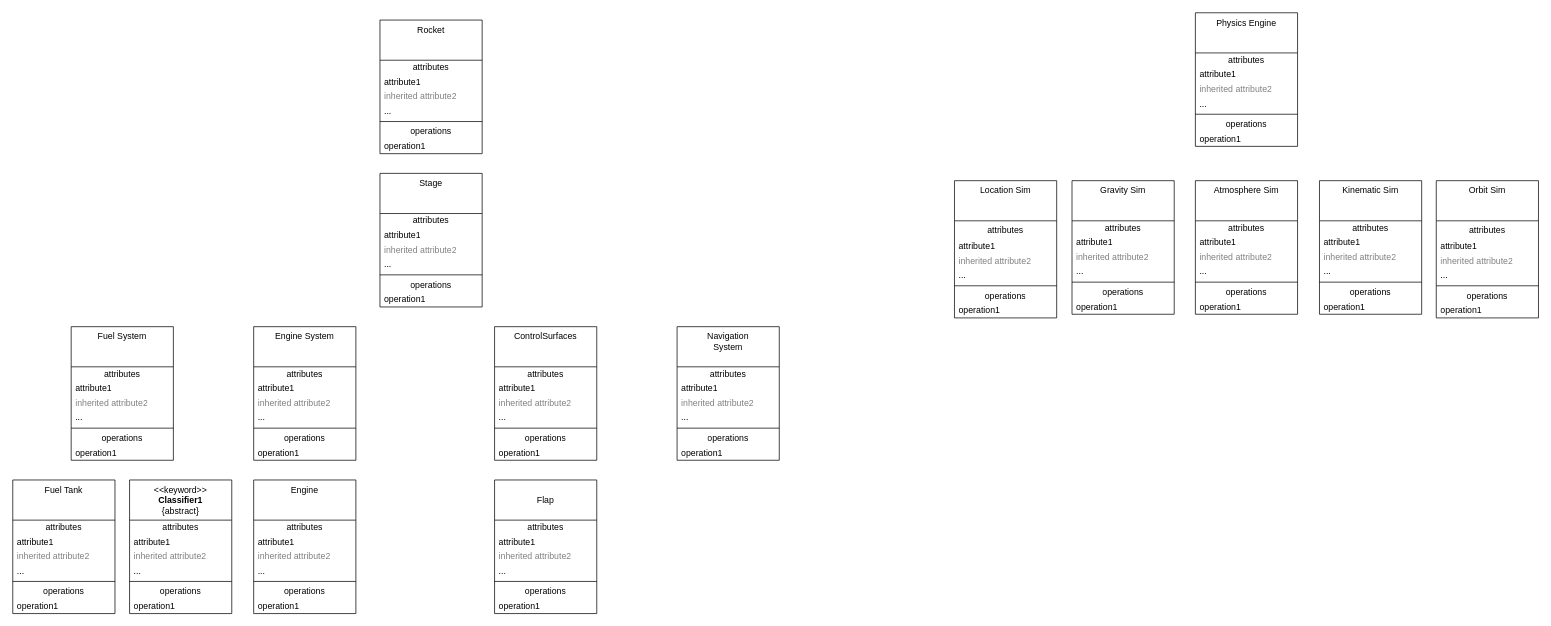
The draw.io diagram RocketSimulation.drawio in cnwall99/rocket-simulation, before the edit. Source tidied: cells renumbered, new cells numbered last; positions are measured from the earlier drawing's top-left corner, leaving out a move shared by most shapes. Both pictures are drawn from the tidied source at 73%, with x=0, y=0 at pixel (12, 12).
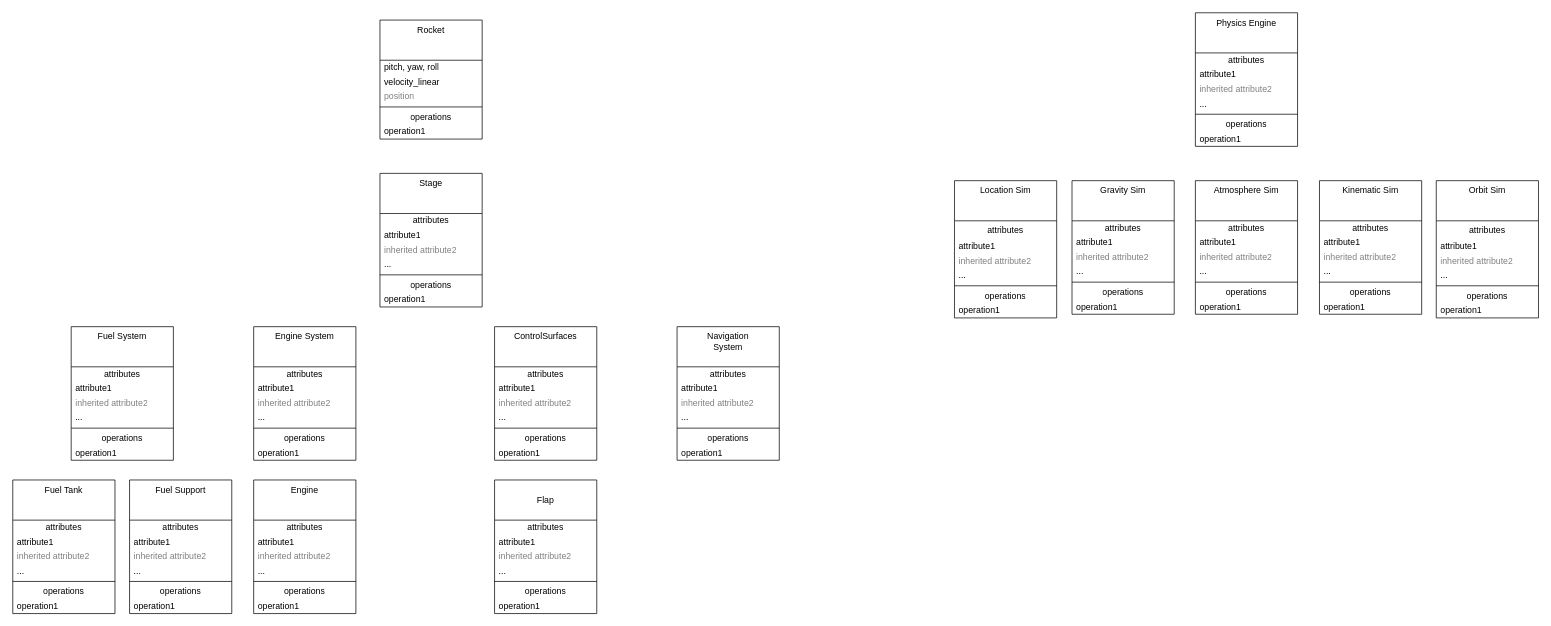
After the change.

Change to the diagram source:
```diff
@@
     <mxCell id="2" value="Rocket" style="swimlane;fontStyle=0;align=center;verticalAlign=top;horizontal=1;startSize=55;html=1;whiteSpace=wrap;" parent="1" vertex="1">
-      <mxGeometry x="503" y="10" width="140" height="183" as="geometry" />
+      <mxGeometry x="503" y="10" width="140" height="163" as="geometry" />
     </mxCell>
-    <mxCell id="3" value="attributes" style="text;html=1;strokeColor=none;fillColor=none;align=center;verticalAlign=middle;spacingLeft=4;spacingRight=4;overflow=hidden;whiteSpace=wrap;" parent="2" vertex="1">
+    <mxCell id="3" value="pitch, yaw, roll" style="text;html=1;strokeColor=none;fillColor=none;align=left;verticalAlign=middle;spacingLeft=4;spacingRight=4;overflow=hidden;whiteSpace=wrap;" parent="2" vertex="1">
       <mxGeometry y="55" width="140" height="20" as="geometry" />
     </mxCell>
-    <mxCell id="4" value="attribute1" style="text;html=1;strokeColor=none;fillColor=none;align=left;verticalAlign=middle;spacingLeft=4;spacingRight=4;overflow=hidden;whiteSpace=wrap;" parent="2" vertex="1">
+    <mxCell id="4" value="velocity_linear" style="text;html=1;strokeColor=none;fillColor=none;align=left;verticalAlign=middle;spacingLeft=4;spacingRight=4;overflow=hidden;whiteSpace=wrap;" parent="2" vertex="1">
       <mxGeometry y="75" width="140" height="20" as="geometry" />
     </mxCell>
-    <mxCell id="5" value="inherited attribute2" style="text;html=1;strokeColor=none;fillColor=none;align=left;verticalAlign=middle;spacingLeft=4;spacingRight=4;overflow=hidden;fontColor=#808080;whiteSpace=wrap;" parent="2" vertex="1">
+    <mxCell id="5" value="position" style="text;html=1;strokeColor=none;fillColor=none;align=left;verticalAlign=middle;spacingLeft=4;spacingRight=4;overflow=hidden;fontColor=#808080;whiteSpace=wrap;" parent="2" vertex="1">
       <mxGeometry y="95" width="140" height="20" as="geometry" />
     </mxCell>
-    <mxCell id="6" value="..." style="text;html=1;strokeColor=none;fillColor=none;align=left;verticalAlign=middle;spacingLeft=4;spacingRight=4;overflow=hidden;whiteSpace=wrap;" parent="2" vertex="1">
-      <mxGeometry y="115" width="140" height="20" as="geometry" />
-    </mxCell>
     <mxCell id="7" style="line;strokeWidth=1;fillColor=none;align=left;verticalAlign=middle;spacingTop=-1;spacingLeft=3;spacingRight=3;labelPosition=right;" parent="2" vertex="1">
-      <mxGeometry y="135" width="140" height="8" as="geometry" />
+      <mxGeometry y="115" width="140" height="8" as="geometry" />
     </mxCell>
     <mxCell id="8" value="operations" style="text;html=1;strokeColor=none;fillColor=none;align=center;verticalAlign=middle;spacingLeft=4;spacingRight=4;overflow=hidden;whiteSpace=wrap;" parent="2" vertex="1">
-      <mxGeometry y="143" width="140" height="20" as="geometry" />
+      <mxGeometry y="123" width="140" height="20" as="geometry" />
     </mxCell>
     <mxCell id="9" value="operation1" style="text;html=1;strokeColor=none;fillColor=none;align=left;verticalAlign=middle;spacingLeft=4;spacingRight=4;overflow=hidden;whiteSpace=wrap;" parent="2" vertex="1">
-      <mxGeometry y="163" width="140" height="20" as="geometry" />
+      <mxGeometry y="143" width="140" height="20" as="geometry" />
     </mxCell>
@@
-    <mxCell id="58" value="&amp;lt;&amp;lt;keyword&amp;gt;&amp;gt;&lt;br&gt;&lt;b&gt;Classifier1&lt;/b&gt;&lt;br&gt;{abstract}" style="swimlane;fontStyle=0;align=center;verticalAlign=top;horizontal=1;startSize=55;html=1;whiteSpace=wrap;" parent="1" vertex="1">
+    <mxCell id="58" value="Fuel Support" style="swimlane;fontStyle=0;align=center;verticalAlign=top;horizontal=1;startSize=55;html=1;whiteSpace=wrap;" parent="1" vertex="1">
       <mxGeometry x="160" y="640" width="140" height="183" as="geometry" />
     </mxCell>
```
